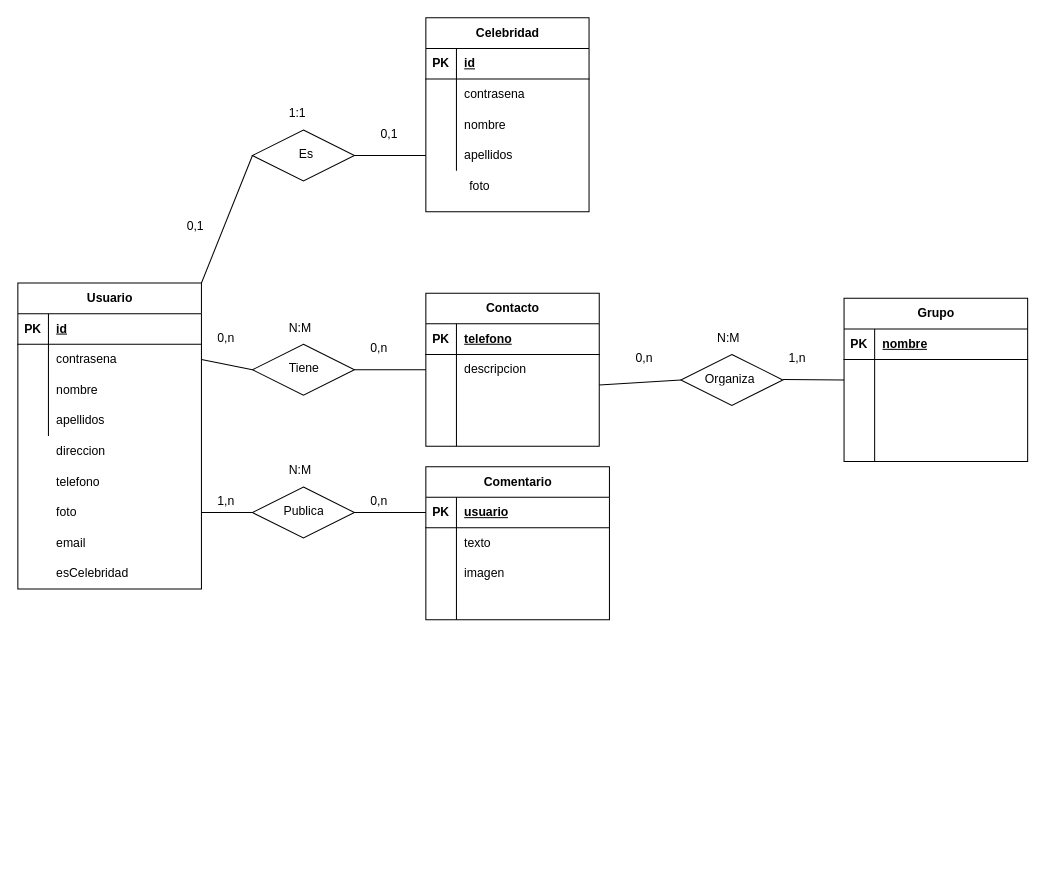
The draw.io diagram Ejercicio14.drawio in Daninuro/diagrames-cvf-dn-mpl-n-11102023, before the edit. Source tidied: cells renumbered, new cells numbered last; positions are measured from the earlier drawing's top-left corner, leaving out a move shared by most shapes. Both pictures are drawn from the tidied source at 102%, with x=0, y=0 at pixel (17, 17).
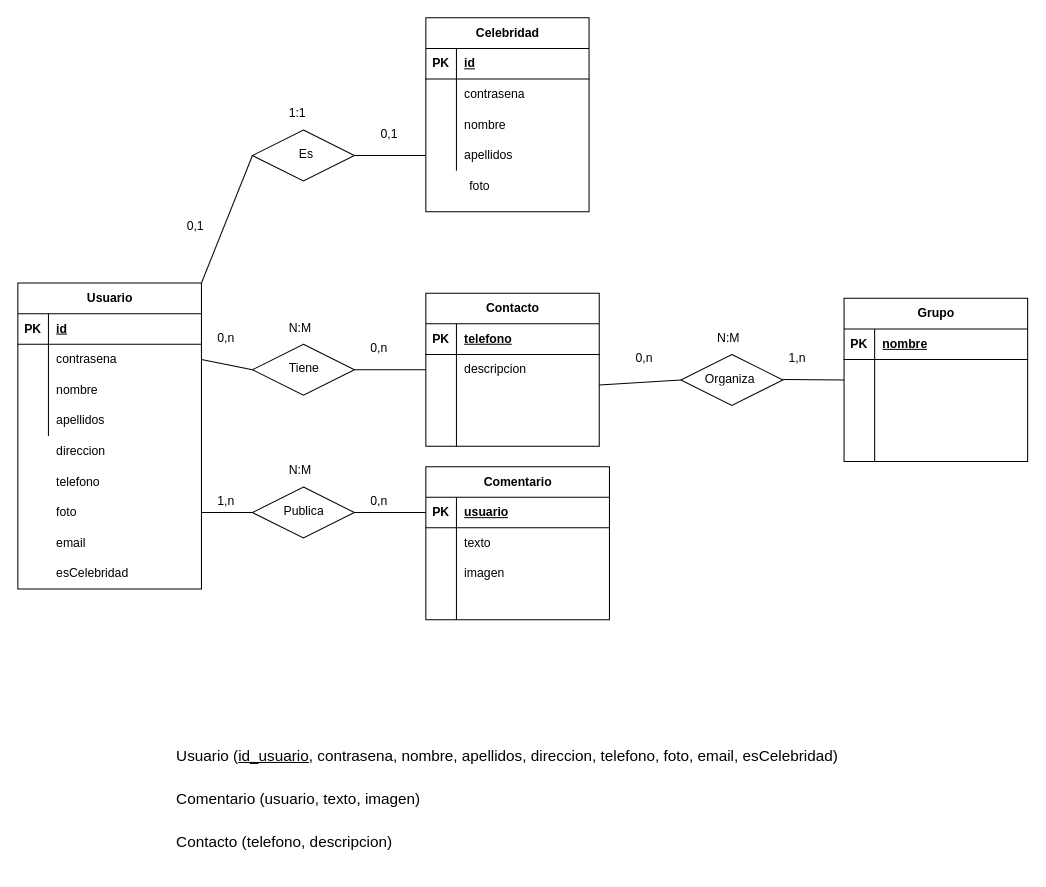
Above is the later version.

What changed in the source:
```diff
@@
+    <mxCell id="102" value="&lt;p style=&quot;text-align: justify; line-height: 180%; font-size: 15px;&quot;&gt;Usuario (&lt;u&gt;id_usuario&lt;/u&gt;, contrasena, nombre, apellidos, direccion, telefono, foto, email, esCelebridad)&lt;/p&gt;&lt;p style=&quot;text-align: justify; line-height: 180%; font-size: 15px;&quot;&gt;Comentario (usuario, texto, imagen)&lt;/p&gt;&lt;p style=&quot;text-align: justify; line-height: 180%; font-size: 15px;&quot;&gt;Contacto (telefono, descripcion)&lt;/p&gt;" style="text;html=1;strokeColor=none;fillColor=none;align=center;verticalAlign=middle;whiteSpace=wrap;rounded=0;" parent="1" vertex="1">
+      <mxGeometry x="130" y="700" width="700" height="130" as="geometry" />
+    </mxCell>
```
